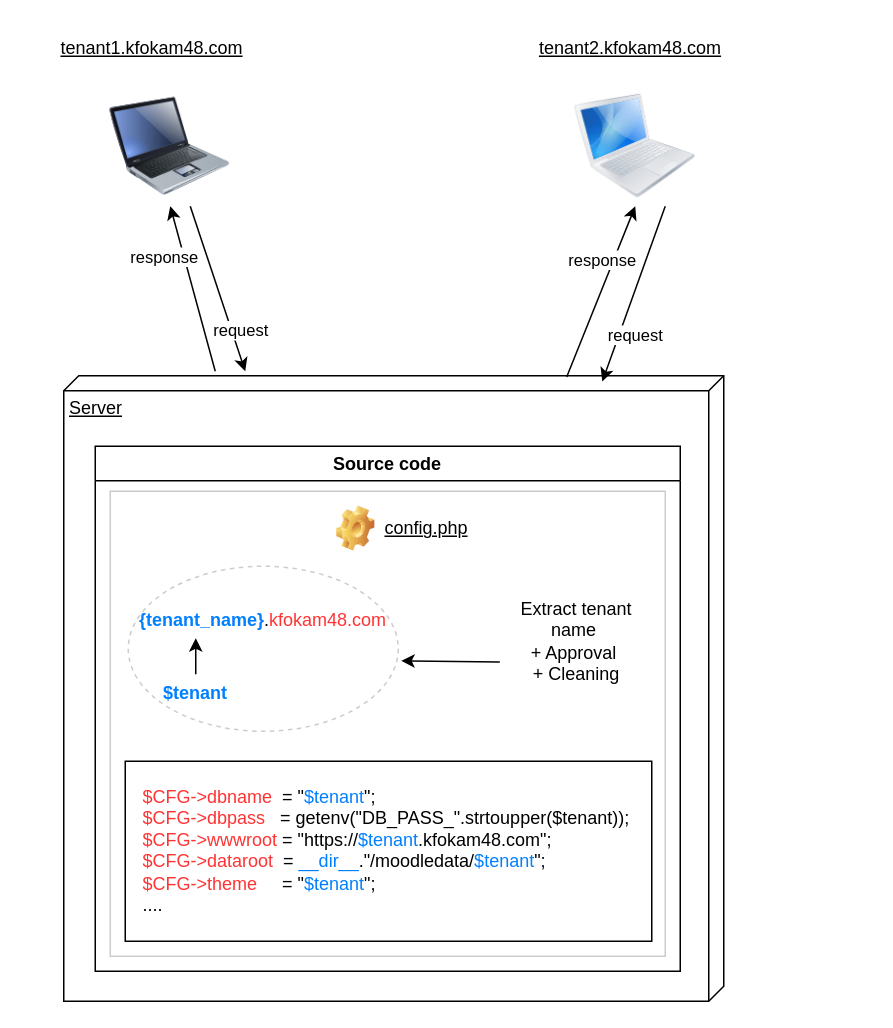
Earlier version of the draw.io diagram Diagramme sans nom.drawio (sngdtechnologies/Calculatrice). Source tidied: cells renumbered, new cells numbered last; positions are measured from the earlier drawing's top-left corner, leaving out a move shared by most shapes. Both pictures are drawn from the tidied source at 150%, with x=0, y=0 at pixel (54, 26).
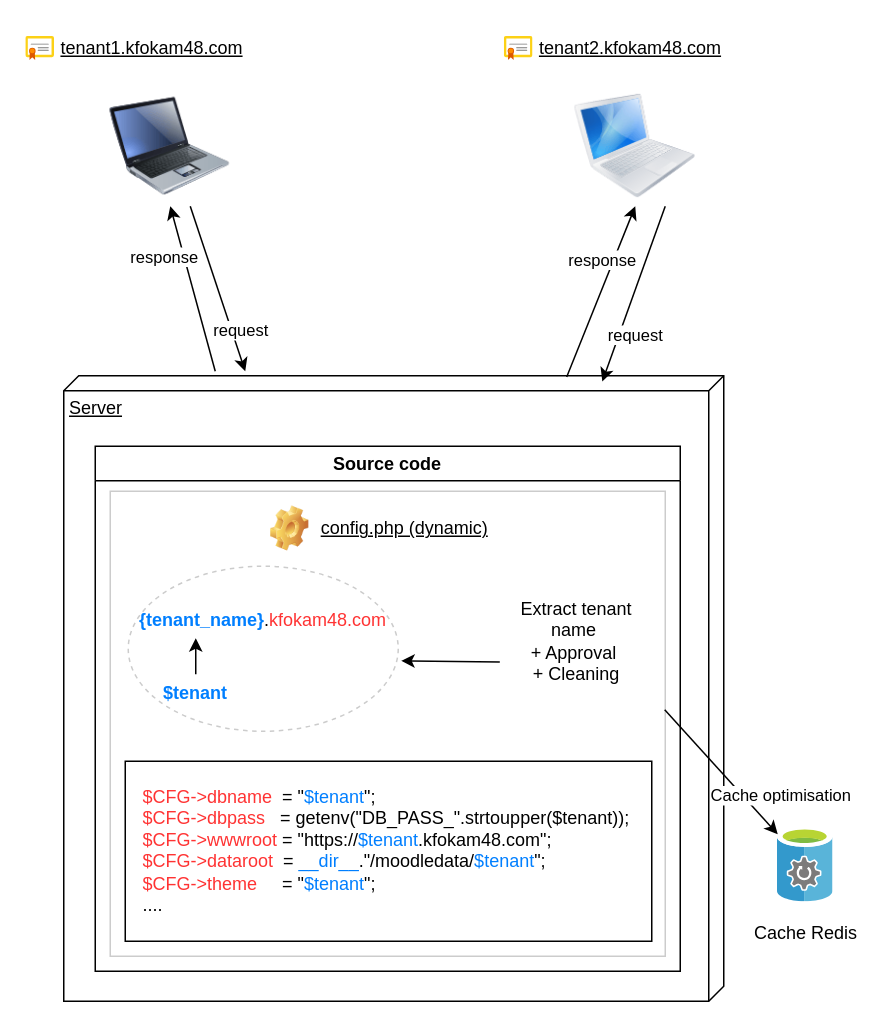
The same page after the edit.

Commit message:
Mettre à jour Diagramme sans nom.drawio

The change refers to these unchanged cells:
```xml
<mxCell id="8" style="rounded=0;whiteSpace=wrap;html=1;strokeColor=#CCCCCC;" parent="1" vertex="1">
  <mxGeometry x="37" y="310" width="370" height="310" as="geometry" />
</mxCell>
```

Change to the diagram source:
```diff
@@
     <mxCell id="9" style="shape=image;html=1;verticalLabelPosition=bottom;verticalAlign=top;imageAspect=1;image=img/clipart/Gear_128x128.png;" parent="1" vertex="1">
-      <mxGeometry x="188" y="320" width="25.6" height="30" as="geometry" />
+      <mxGeometry x="144" y="320" width="25.6" height="30" as="geometry" />
     </mxCell>
-    <mxCell id="10" value="&lt;u&gt;config.php&lt;/u&gt;" style="text;html=1;align=center;verticalAlign=middle;whiteSpace=wrap;rounded=0;" parent="1" vertex="1">
-      <mxGeometry x="218" y="320" width="60" height="30" as="geometry" />
+    <mxCell id="10" value="&lt;u&gt;config.php (dynamic)&lt;/u&gt;" style="text;html=1;align=center;verticalAlign=middle;whiteSpace=wrap;rounded=0;" parent="1" vertex="1">
+      <mxGeometry x="174" y="320" width="119" height="30" as="geometry" />
     </mxCell>
@@
+    <mxCell id="27" style="image;sketch=0;html=1;align=center;fontSize=12;image=img/lib/mscae/Certificate.svg;" parent="1" vertex="1">
+      <mxGeometry x="-19.1" y="7" width="19.1" height="16" as="geometry" />
+    </mxCell>
+    <mxCell id="28" style="image;sketch=0;html=1;align=center;fontSize=12;image=img/lib/mscae/Certificate.svg;" parent="1" vertex="1">
+      <mxGeometry x="299.9" y="7" width="19.1" height="16" as="geometry" />
+    </mxCell>
+    <mxCell id="29" style="image;sketch=0;html=1;points=[];align=center;fontSize=12;image=img/lib/mscae/StorSimple_Data_Managers.svg;" parent="1" vertex="1">
+      <mxGeometry x="482" y="534" width="37" height="50" as="geometry" />
+    </mxCell>
+    <mxCell id="30" value="Cache Redis" style="text;html=1;align=center;verticalAlign=middle;whiteSpace=wrap;rounded=0;" parent="1" vertex="1">
+      <mxGeometry x="461" y="590" width="80" height="30" as="geometry" />
+    </mxCell>
+    <mxCell id="31" style="endArrow=classic;html=1;rounded=0;exitX=0.999;exitY=0.47;exitDx=0;exitDy=0;exitPerimeter=0;" parent="1" edge="1" source="8" target="29">
+      <mxGeometry relative="1" as="geometry" />
+    </mxCell>
+    <mxCell id="32" value="Cache optimisation" style="edgeLabel;html=1;align=center;verticalAlign=middle;" parent="31" vertex="1">
+      <mxGeometry relative="1" as="geometry">
+        <mxPoint x="39" y="15" as="offset" />
+      </mxGeometry>
+    </mxCell>
```
